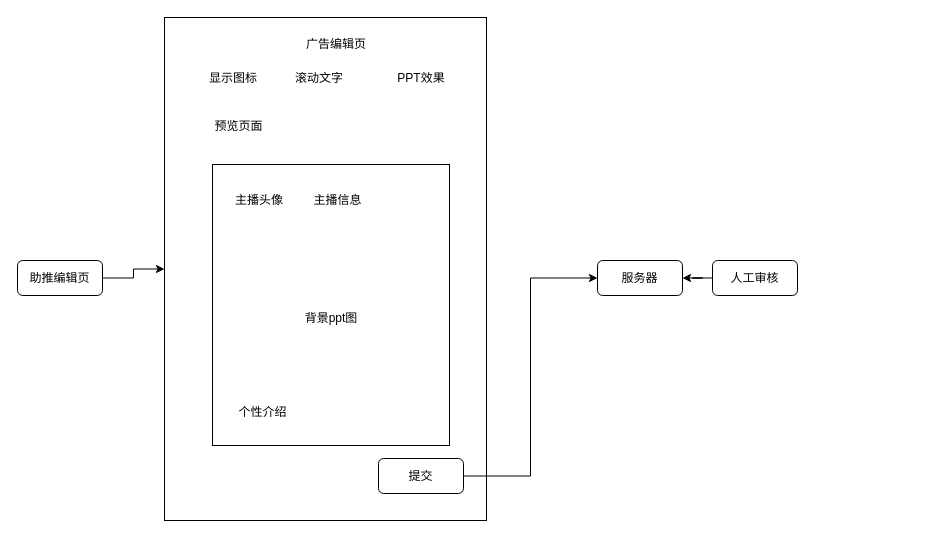
Before: page "Page-3" (3 of 11) of 第三方广告.drawio in cangwang/news, a draw.io diagram. Source tidied: cells renumbered, new cells numbered last; positions are measured from the earlier drawing's top-left corner, leaving out a move shared by most shapes. Both pictures are drawn from the tidied source at 100%, with x=0, y=0 at pixel (17, 17).
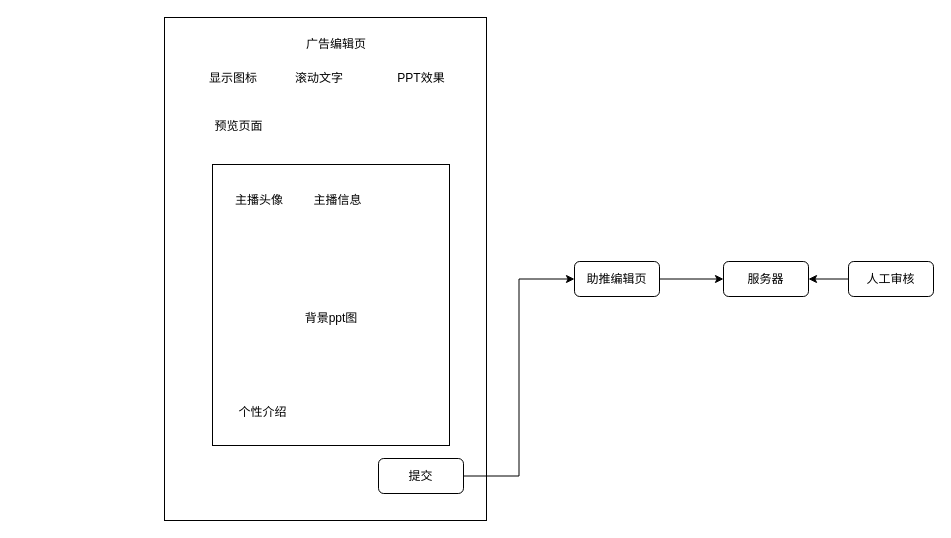
After the change.

What changed in the source:
```diff
@@
 <mxGraphModel>
   <root>
     <mxCell id="0" />
     <mxCell id="1" parent="0" />
     <mxCell id="2" style="rounded=0;whiteSpace=wrap;html=1;" parent="1" vertex="1">
       <mxGeometry x="147" width="322" height="503" as="geometry" />
     </mxCell>
     <mxCell id="3" value="广告编辑页" style="text;html=1;strokeColor=none;fillColor=none;align=center;verticalAlign=middle;whiteSpace=wrap;rounded=0;" parent="1" vertex="1">
       <mxGeometry x="277" y="17" width="84" height="20" as="geometry" />
     </mxCell>
-    <mxCell id="4" style="edgeStyle=orthogonalEdgeStyle;rounded=0;jettySize=auto;html=1;exitX=1;exitY=0.5;exitDx=0;exitDy=0;entryX=0;entryY=0.5;entryDx=0;entryDy=0;" parent="1" edge="1" source="5" target="6">
-      <mxGeometry relative="1" as="geometry" />
-    </mxCell>
+    <mxCell id="20" style="edgeStyle=orthogonalEdgeStyle;rounded=0;jettySize=auto;html=1;exitX=1;exitY=0.5;exitDx=0;exitDy=0;entryX=0;entryY=0.5;entryDx=0;entryDy=0;" parent="1" edge="1" source="5" target="19">
+      <mxGeometry relative="1" as="geometry" />
+    </mxCell>
     <mxCell id="5" value="提交" style="rounded=1;whiteSpace=wrap;html=1;" parent="1" vertex="1">
       <mxGeometry x="361" y="441" width="85" height="35" as="geometry" />
     </mxCell>
     <mxCell id="6" value="服务器" style="rounded=1;whiteSpace=wrap;html=1;" parent="1" vertex="1">
-      <mxGeometry x="580" y="243" width="85" height="35" as="geometry" />
+      <mxGeometry x="706" y="244" width="85" height="35" as="geometry" />
     </mxCell>
     <mxCell id="7" style="edgeStyle=orthogonalEdgeStyle;rounded=0;jettySize=auto;html=1;exitX=0;exitY=0.5;exitDx=0;exitDy=0;" parent="1" edge="1" source="8" target="6">
       <mxGeometry relative="1" as="geometry" />
     </mxCell>
     <mxCell id="8" value="人工审核" style="rounded=1;whiteSpace=wrap;html=1;" parent="1" vertex="1">
-      <mxGeometry x="695" y="243" width="85" height="35" as="geometry" />
+      <mxGeometry x="831" y="244" width="85" height="35" as="geometry" />
     </mxCell>
     <mxCell id="9" value="显示图标" style="text;html=1;strokeColor=none;fillColor=none;align=center;verticalAlign=middle;whiteSpace=wrap;rounded=0;" parent="1" vertex="1">
       <mxGeometry x="186" y="51" width="60" height="20" as="geometry" />
     </mxCell>
     <mxCell id="10" value="滚动文字" style="text;html=1;strokeColor=none;fillColor=none;align=center;verticalAlign=middle;whiteSpace=wrap;rounded=0;" parent="1" vertex="1">
       <mxGeometry x="272" y="51" width="60" height="20" as="geometry" />
     </mxCell>
     <mxCell id="11" value="PPT效果" style="text;html=1;strokeColor=none;fillColor=none;align=center;verticalAlign=middle;whiteSpace=wrap;rounded=0;" parent="1" vertex="1">
       <mxGeometry x="373.5" y="51" width="60" height="20" as="geometry" />
     </mxCell>
     <mxCell id="12" value="预览页面" style="text;html=1;strokeColor=none;fillColor=none;align=center;verticalAlign=middle;whiteSpace=wrap;rounded=0;" parent="1" vertex="1">
       <mxGeometry x="192" y="100" width="59" height="18" as="geometry" />
     </mxCell>
     <mxCell id="13" style="rounded=0;whiteSpace=wrap;html=1;" parent="1" vertex="1">
       <mxGeometry x="195" y="147" width="237" height="281" as="geometry" />
     </mxCell>
     <mxCell id="14" value="主播头像" style="text;html=1;strokeColor=none;fillColor=none;align=center;verticalAlign=middle;whiteSpace=wrap;rounded=0;" parent="1" vertex="1">
       <mxGeometry x="217" y="173" width="50" height="20" as="geometry" />
     </mxCell>
     <mxCell id="15" value="主播信息" style="text;html=1;strokeColor=none;fillColor=none;align=center;verticalAlign=middle;whiteSpace=wrap;rounded=0;" parent="1" vertex="1">
       <mxGeometry x="294" y="173" width="53" height="20" as="geometry" />
     </mxCell>
     <mxCell id="16" value="背景ppt图" style="text;html=1;strokeColor=none;fillColor=none;align=center;verticalAlign=middle;whiteSpace=wrap;rounded=0;" parent="1" vertex="1">
       <mxGeometry x="275.5" y="291" width="76" height="20" as="geometry" />
     </mxCell>
     <mxCell id="17" value="个性介绍" style="text;html=1;strokeColor=none;fillColor=none;align=center;verticalAlign=middle;whiteSpace=wrap;rounded=0;" parent="1" vertex="1">
       <mxGeometry x="203" y="385" width="85" height="20" as="geometry" />
     </mxCell>
-    <mxCell id="18" style="edgeStyle=orthogonalEdgeStyle;rounded=0;jettySize=auto;html=1;exitX=1;exitY=0.5;exitDx=0;exitDy=0;" parent="1" edge="1" source="19" target="2">
-      <mxGeometry relative="1" as="geometry" />
-    </mxCell>
+    <mxCell id="21" style="edgeStyle=orthogonalEdgeStyle;rounded=0;jettySize=auto;html=1;exitX=1;exitY=0.5;exitDx=0;exitDy=0;" parent="1" edge="1" source="19" target="6">
+      <mxGeometry relative="1" as="geometry" />
+    </mxCell>
     <mxCell id="19" value="助推编辑页" style="rounded=1;whiteSpace=wrap;html=1;" parent="1" vertex="1">
-      <mxGeometry y="243" width="85" height="35" as="geometry" />
+      <mxGeometry x="557" y="244" width="85" height="35" as="geometry" />
     </mxCell>
   </root>
 </mxGraphModel>
```
